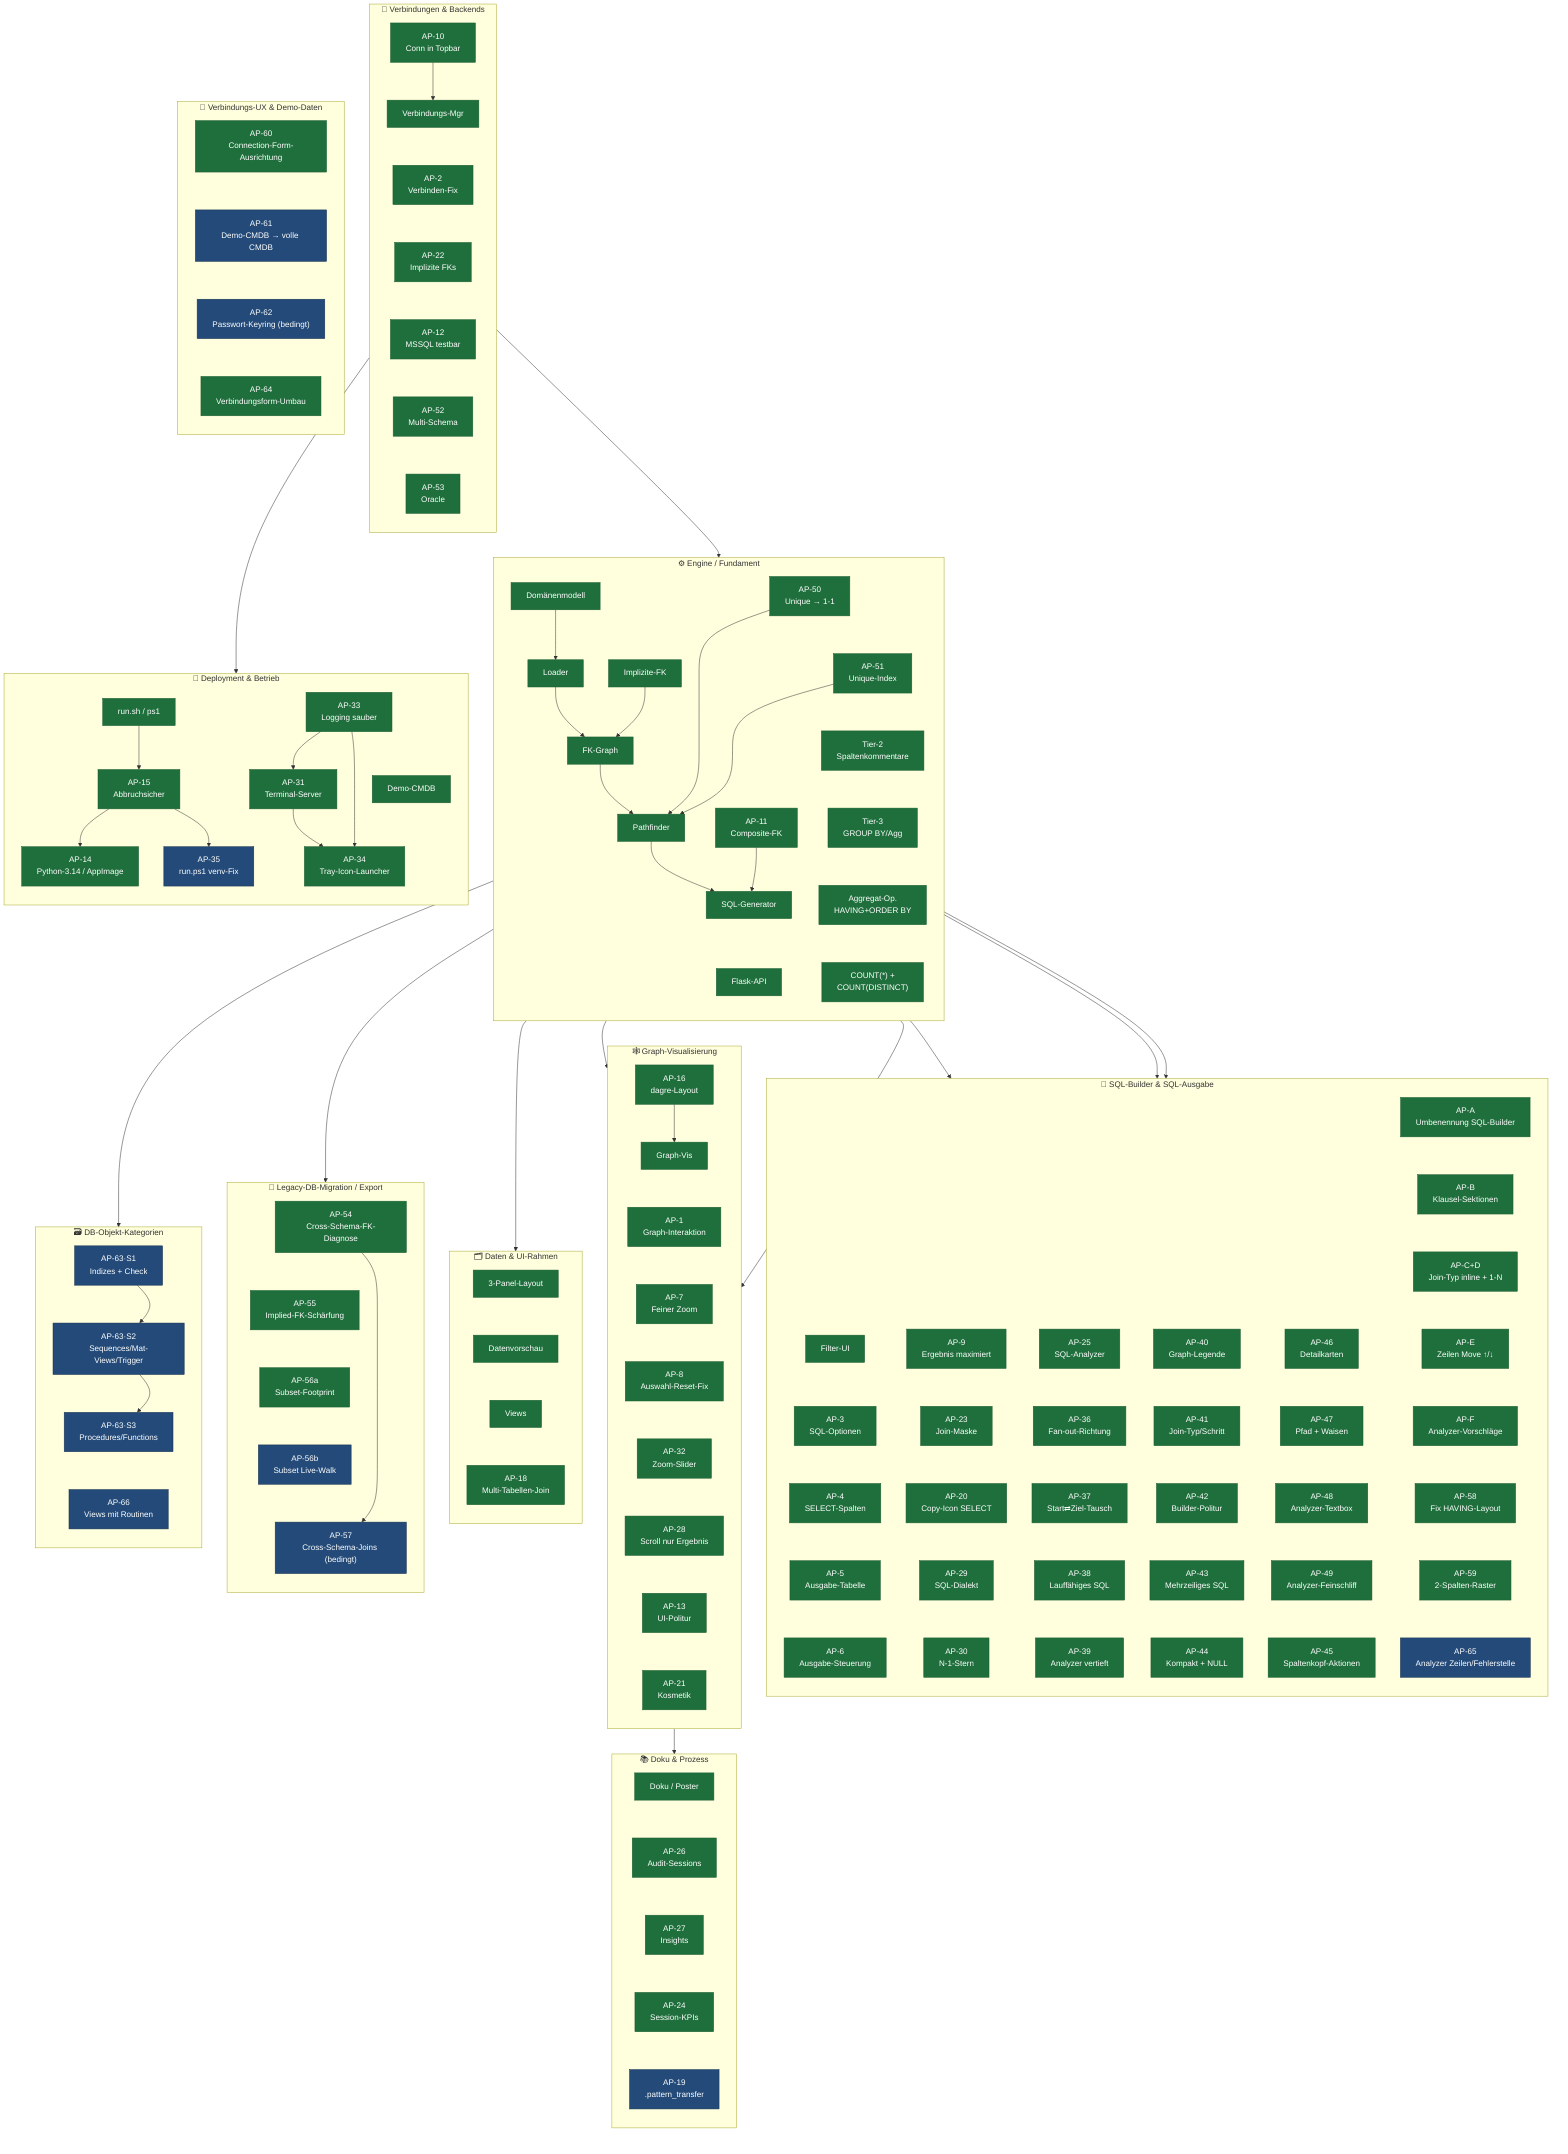
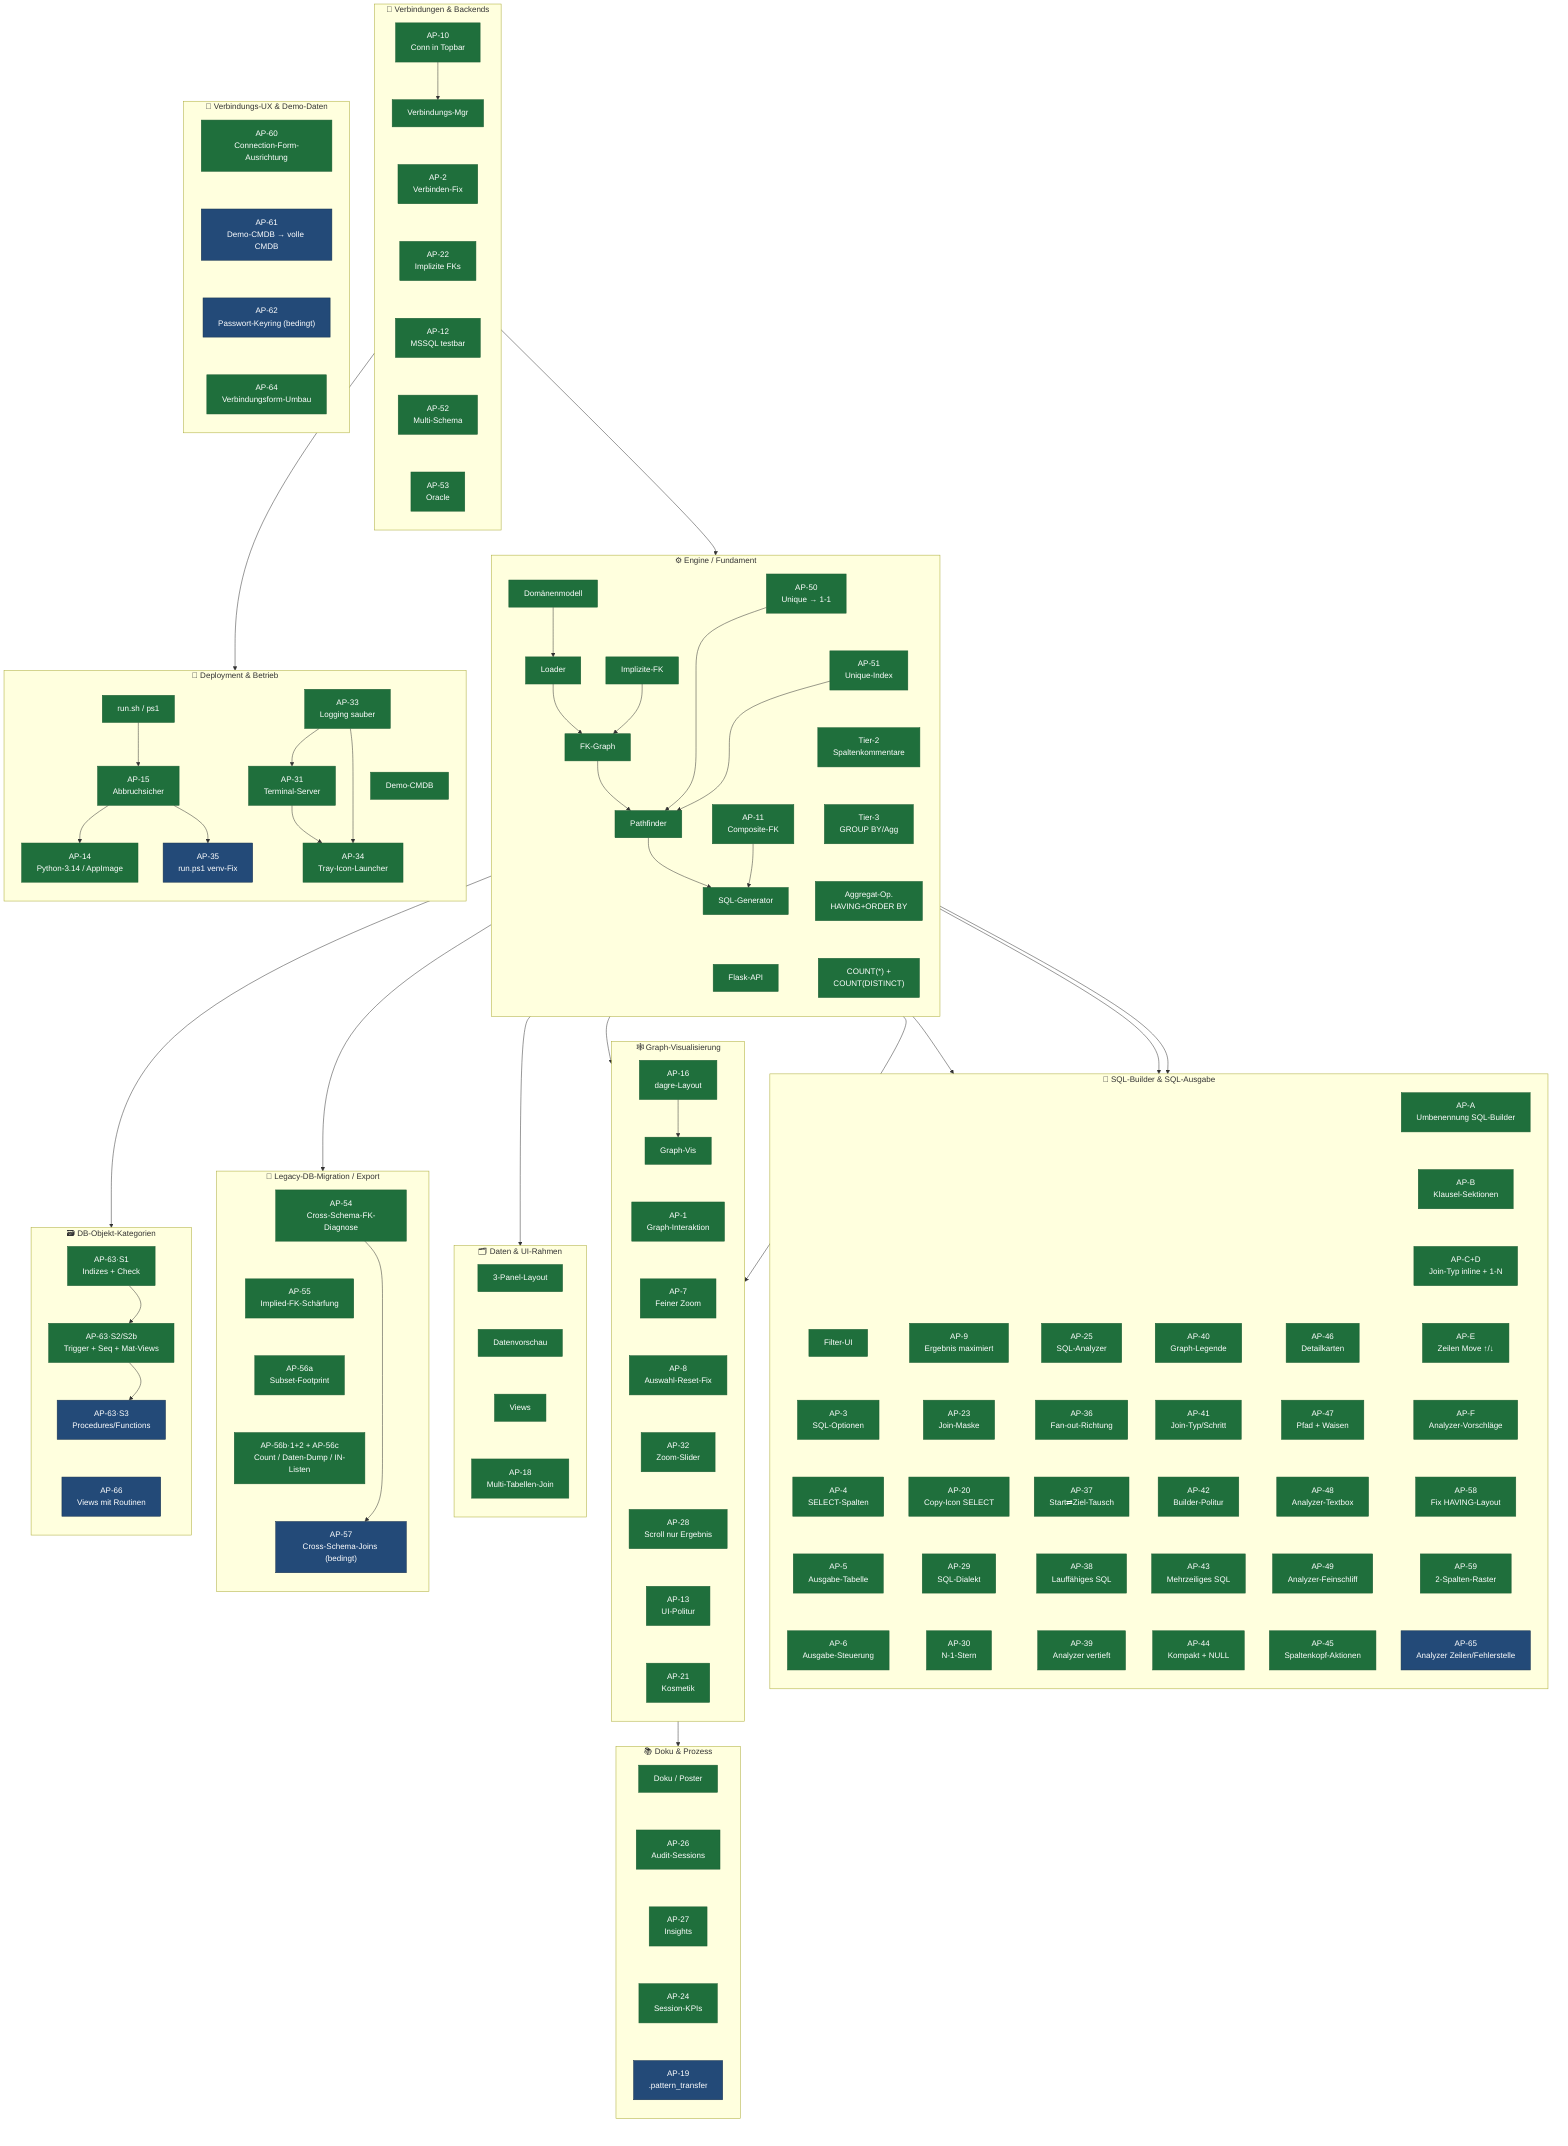
flowchart TB
    classDef done fill:#1f6f3c,color:#fff,stroke:#1a5c32,stroke-width:1px
    classDef plan fill:#234a78,color:#fff,stroke:#16314f,stroke-width:1px

    %% ── C1 · Engine / Fundament ──────────────────────────────────────────
    subgraph C1["⚙️  Engine / Fundament"]
        direction TB
        E1["Domänenmodell"]
        E2["Loader"]
        E3["FK-Graph"]
        E4["Pathfinder"]
        E5["SQL-Generator"]
        E6["Flask-API"]
        E7["AP-11\nComposite-FK"]
        E8["Implizite-FK"]
        E9["AP-50\nUnique → 1-1"]
        E10["AP-51\nUnique-Index"]
        E11["Tier-2\nSpaltenkommentare"]
        E12["Tier-3\nGROUP BY/Agg"]
        E13["Aggregat-Op.\nHAVING+ORDER BY"]
        E14["COUNT(*) +\nCOUNT(DISTINCT)"]
        E1 --> E2 --> E3 --> E4 --> E5
        E7 --> E5
        E8 --> E3
        E9 --> E4
        E10 --> E4
        E5 ~~~ E6
        E9 ~~~ E10
        E10 ~~~ E11
        E11 ~~~ E12
        E12 ~~~ E13
        E13 ~~~ E14
    end

    %% ── C2 · Verbindungen & Backends ─────────────────────────────────────
    subgraph C2["🔌  Verbindungen & Backends"]
        direction TB
        V1["Verbindungs-Mgr"]
        V2["AP-2\nVerbinden-Fix"]
        V3["AP-10\nConn in Topbar"]
        V4["AP-12\nMSSQL testbar"]
        V5["AP-22\nImplizite FKs"]
        V6["AP-52\nMulti-Schema"]
        V7["AP-53\nOracle"]
        V3 --> V1
        V1 ~~~ V2 ~~~ V5 ~~~ V4 ~~~ V6 ~~~ V7
    end

    %% ── C3 · SQL-Builder & SQL-Ausgabe ──────────────────────────────────
    subgraph C3["🧩  SQL-Builder & SQL-Ausgabe"]
        direction TB
        J1["Filter-UI"]
        J2["AP-3\nSQL-Optionen"]
        J3["AP-4\nSELECT-Spalten"]
        J4["AP-5\nAusgabe-Tabelle"]
        J5["AP-6\nAusgabe-Steuerung"]
        J6["AP-9\nErgebnis maximiert"]
        J7["AP-23\nJoin-Maske"]
        J8["AP-20\nCopy-Icon SELECT"]
        J9["AP-29\nSQL-Dialekt"]
        J10["AP-30\nN-1-Stern"]
        J11["AP-25\nSQL-Analyzer"]
        J12["AP-36\nFan-out-Richtung"]
        J13["AP-37\nStart⇄Ziel-Tausch"]
        J14["AP-38\nLauffähiges SQL"]
        J15["AP-39\nAnalyzer vertieft"]
        J16["AP-40\nGraph-Legende"]
        J17["AP-41\nJoin-Typ/Schritt"]
        J18["AP-42\nBuilder-Politur"]
        J19["AP-43\nMehrzeiliges SQL"]
        J20["AP-44\nKompakt + NULL"]
        J21["AP-46\nDetailkarten"]
        J22["AP-47\nPfad + Waisen"]
        J23["AP-48\nAnalyzer-Textbox"]
        J24["AP-49\nAnalyzer-Feinschliff"]
        J25["AP-45\nSpaltenkopf-Aktionen"]
        J26["AP-A\nUmbenennung SQL-Builder"]
        J27["AP-B\nKlausel-Sektionen"]
        J28["AP-C+D\nJoin-Typ inline + 1-N"]
        J29["AP-E\nZeilen Move ↑/↓"]
        J30["AP-F\nAnalyzer-Vorschläge"]
        J31["AP-58\nFix HAVING-Layout"]
        J32["AP-59\n2-Spalten-Raster"]
        J33["AP-65\nAnalyzer Zeilen/Fehlerstelle"]
        %% In 5 parallele Spalten gepackt (statt einer 25-Boxen-Säule) → kompaktes Gitter
        J1 ~~~ J2 ~~~ J3 ~~~ J4 ~~~ J5
        J6 ~~~ J7 ~~~ J8 ~~~ J9 ~~~ J10
        J11 ~~~ J12 ~~~ J13 ~~~ J14 ~~~ J15
        J16 ~~~ J17 ~~~ J18 ~~~ J19 ~~~ J20
        J21 ~~~ J22 ~~~ J23 ~~~ J24 ~~~ J25
        J26 ~~~ J27 ~~~ J28 ~~~ J29 ~~~ J30 ~~~ J31 ~~~ J32 ~~~ J33
    end

    %% ── C4 · Graph-Visualisierung ────────────────────────────────────────
    subgraph C4["🕸️  Graph-Visualisierung"]
        direction TB
        G1["Graph-Vis"]
        G2["AP-1\nGraph-Interaktion"]
        G3["AP-7\nFeiner Zoom"]
        G4["AP-8\nAuswahl-Reset-Fix"]
        G5["AP-16\ndagre-Layout"]
        G6["AP-32\nZoom-Slider"]
        G7["AP-28\nScroll nur Ergebnis"]
        G8["AP-13\nUI-Politur"]
        G9["AP-21\nKosmetik"]
        G5 --> G1
        G1 ~~~ G2 ~~~ G3 ~~~ G4 ~~~ G6 ~~~ G7 ~~~ G8 ~~~ G9
    end

    %% ── C5 · Daten & UI-Rahmen ───────────────────────────────────────────
    subgraph C5["🗂️  Daten & UI-Rahmen"]
        direction TB
        D1["3-Panel-Layout"]
        D2["Datenvorschau"]
        D3["Views"]
        D4["AP-18\nMulti-Tabellen-Join"]
        D1 ~~~ D2 ~~~ D3 ~~~ D4
    end

    %% ── C6 · Deployment & Betrieb ────────────────────────────────────────
    subgraph C6["🚀  Deployment & Betrieb"]
        direction TB
        B1["Demo-CMDB"]
        B2["run.sh / ps1"]
        B3["AP-15\nAbbruchsicher"]
        B4["AP-14\nPython-3.14 / AppImage"]
        B5["AP-35\nrun.ps1 venv-Fix"]
        B7["AP-31\nTerminal-Server"]
        B8["AP-33\nLogging sauber"]
        B9["AP-34\nTray-Icon-Launcher"]
        B2 --> B3
        B3 --> B4
        B3 --> B5
        B8 --> B7
        B7 --> B9
        B8 --> B9
        B1 ~~~ B9
    end

    %% ── C7 · Doku & Prozess ──────────────────────────────────────────────
    subgraph C7["📚  Doku & Prozess"]
        direction TB
        K1["Doku / Poster"]
        K2["AP-26\nAudit-Sessions"]
        K3["AP-27\nInsights"]
        K5["AP-24\nSession-KPIs"]
        K4["AP-19\n.pattern_transfer"]
        K1 ~~~ K2 ~~~ K3 ~~~ K5 ~~~ K4
    end

    %% ── C8 · Legacy-DB-Migration / Export (geplant) ──────────────────────
    subgraph C8["🧬  Legacy-DB-Migration / Export"]
        direction TB
        M1["AP-54\nCross-Schema-FK-Diagnose"]
        M2["AP-55\nImplied-FK-Schärfung"]
        M3["AP-56a\nSubset-Footprint"]
-         M3b["AP-56b\nSubset Live-Walk"]
+         M3b["AP-56b·1+2 + AP-56c\nCount / Daten-Dump / IN-Listen"]
        M4["AP-57\nCross-Schema-Joins (bedingt)"]
        M1 ~~~ M2 ~~~ M3 ~~~ M3b ~~~ M4
    end

    %% ── C9 · DB-Objekt-Kategorien (geplant) ──────────────────────────────
    subgraph C9["🗃️  DB-Objekt-Kategorien"]
        direction TB
        O1["AP-63·S1\nIndizes + Check"]
-         O2["AP-63·S2\nSequences/Mat-Views/Trigger"]
+         O2["AP-63·S2/S2b\nTrigger + Seq + Mat-Views"]
        O3["AP-63·S3\nProcedures/Functions"]
        O4["AP-66\nViews mit Routinen"]
        O1 ~~~ O2 ~~~ O3 ~~~ O4
    end

    %% ── C10 · Verbindungs-UX & Demo-Daten (geplant) ──────────────────────
    subgraph C10["🔧  Verbindungs-UX & Demo-Daten"]
        direction TB
        P1["AP-60\nConnection-Form-Ausrichtung"]
        P2["AP-61\nDemo-CMDB → volle CMDB"]
        P3["AP-62\nPasswort-Keyring (bedingt)"]
        P4["AP-64\nVerbindungsform-Umbau"]
        P1 ~~~ P2 ~~~ P3 ~~~ P4
    end

    %% ── Cluster-übergreifende Abhängigkeiten ─────────────────────────────
    V1 --> E2
    M1 --> M4
    E2 --> M1
    E2 --> O1
    O1 --> O2 --> O3
    E5 --> J1
    E5 --> J9
    E5 --> J11
    E4 --> G2
    E3 --> G1
    E6 --> D1
    V4 --> B7
    G5 --> K2

    class E1,E2,E3,E4,E5,E6,E7,E8,E9,E10,E11,E12,E13,E14 done
    class V1,V2,V3,V4,V5,V6,V7 done
    class J1,J2,J3,J4,J5,J6,J7,J8,J9,J10,J11,J12,J13,J14,J15,J16,J17,J18,J19,J20,J21,J22,J23,J24,J25,J26,J27,J28,J29,J30,J31,J32 done
    class G1,G2,G3,G4,G5,G6,G7,G8,G9 done
    class D1,D2,D3,D4 done
    class B1,B2,B3,B4,B7,B8,B9 done
    class B5 plan
    class K1,K2,K3,K5 done
    class K4 plan
-     class M3 done
-     class M3b,M4 plan
+     class M3,M3b done
+     class M4 plan
    class M2 done
    class M1 done
-     class O1,O2,O3,O4 plan
+     class O1,O2 done
+     class O3,O4 plan
    class P2,P3 plan
    class P1,P4 done
    class J33 plan
